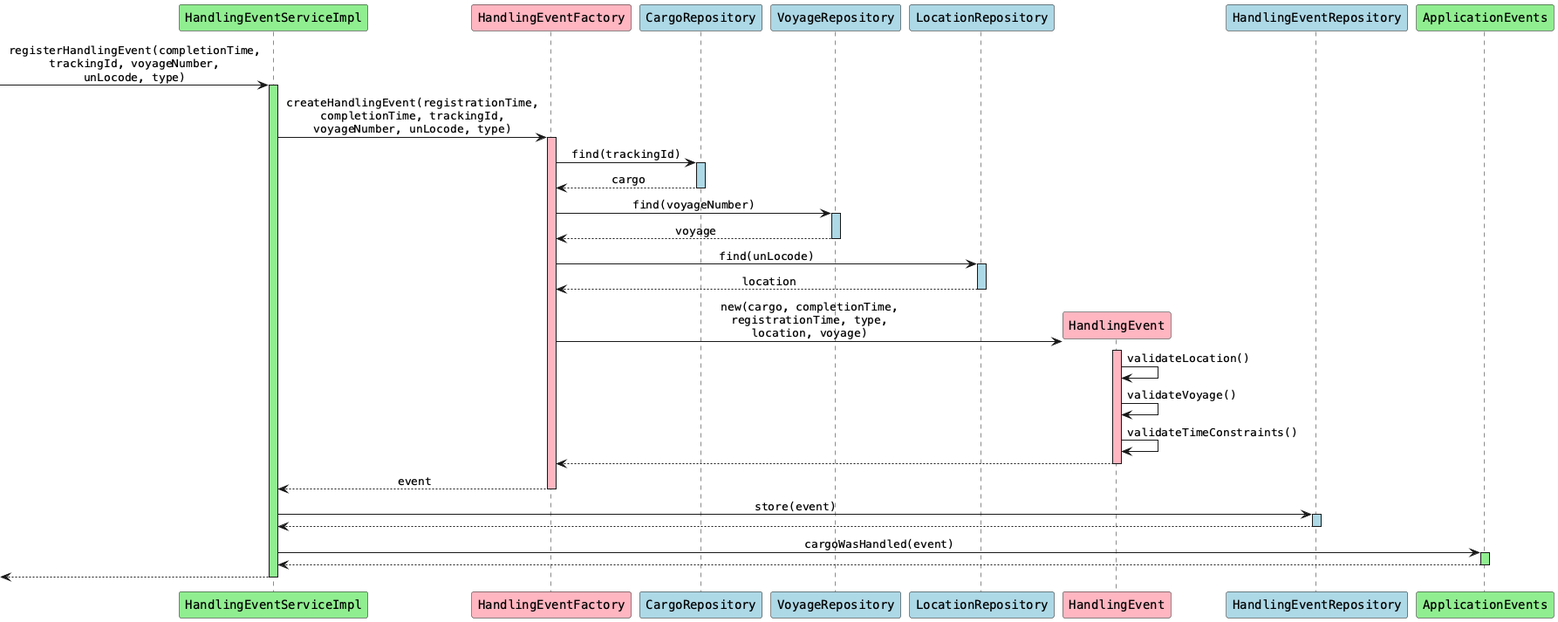
This is diagrams/HandlingEventServiceImpl_registerHandlingEvent.png from aowss/dddsample-core, a PlantUML export, as it was before one commit.
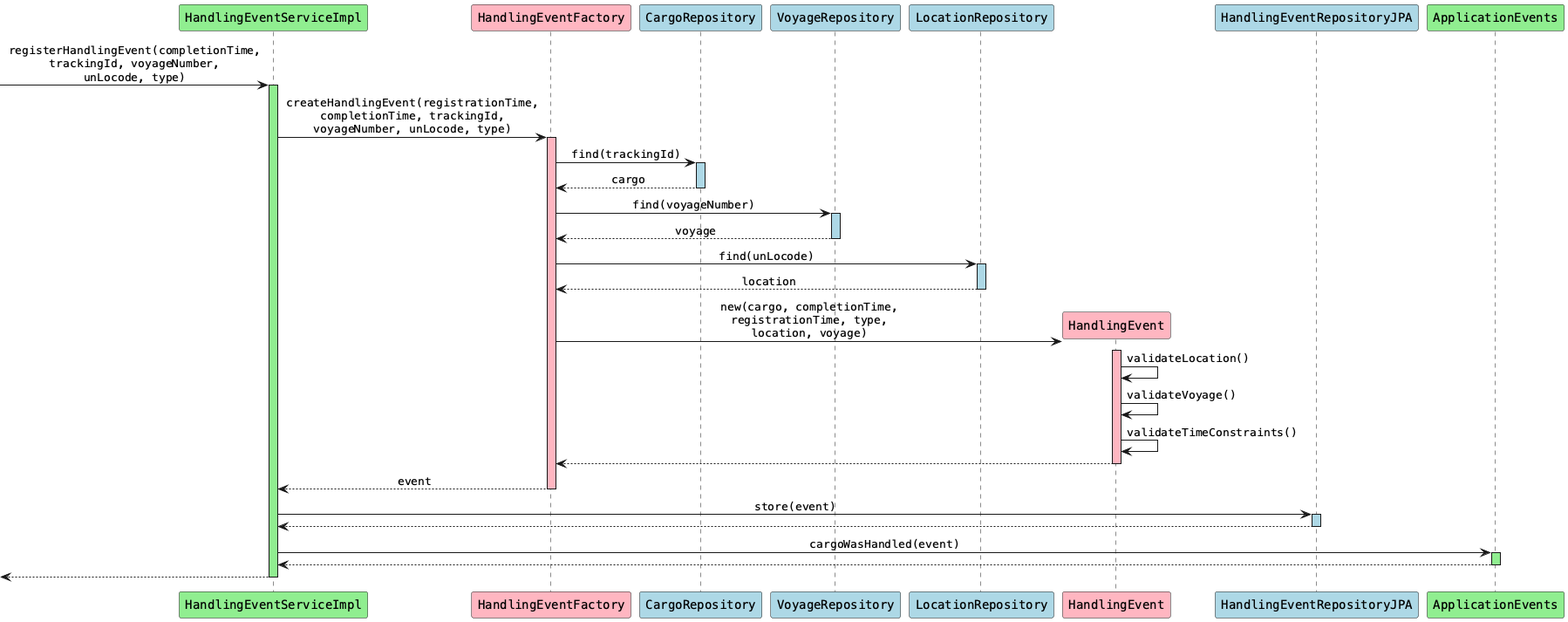
Later version of the same file.

Change to the diagram source:
```diff
@@ -9,7 +9,7 @@
 participant "VoyageRepository" as vr #lightblue
 participant "LocationRepository" as lr #lightblue
 participant "HandlingEvent" as he #lightpink
-participant "HandlingEventRepository" as her #lightblue
+participant "HandlingEventRepositoryJPA" as her #lightblue
 participant "ApplicationEvents" as ae #lightgreen
 
 [-> hes: registerHandlingEvent(completionTime,\ntrackingId, voyageNumber,\nunLocode, type)
@@ -43,6 +43,7 @@
 
 he --> hef
 deactivate he
+
 hef --> hes: event
 deactivate hef
 
```
